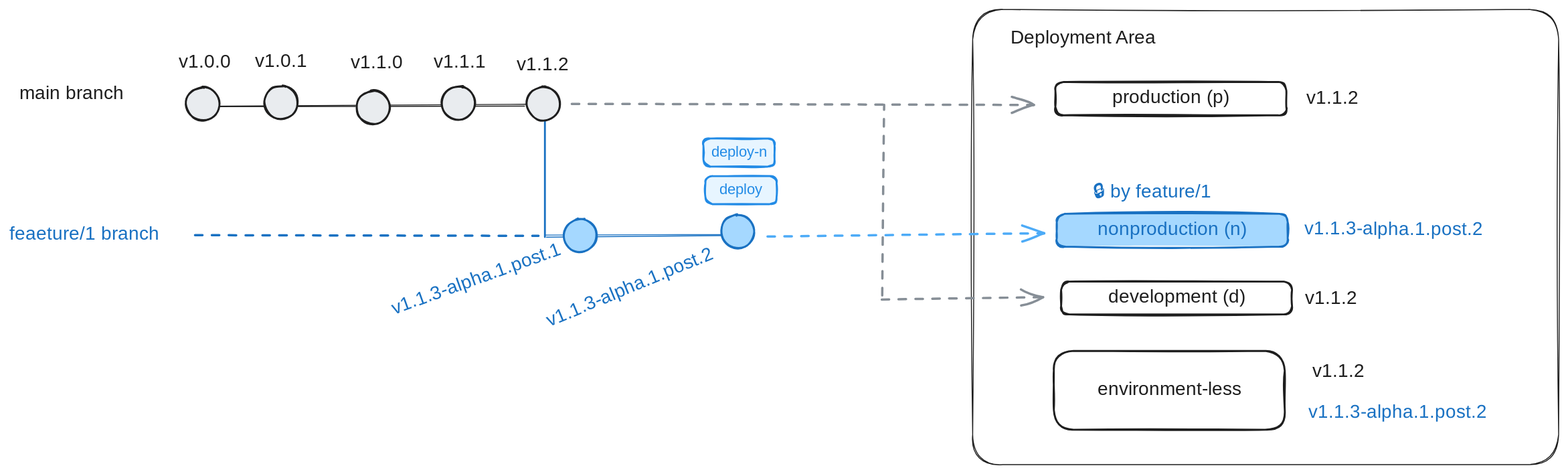
Before: docs/assets/deployment-flow-2.excalidraw.svg, a diagram exported from Excalidraw (wislertt/zerv-flow). Source tidied: one line per element, renumbered; positions are measured from the earlier drawing's top-left corner, leaving out a move shared by most shapes. Its diagram source:
```json
{"id": 0, "type": "line", "strokeColor": "#1e1e1e", "strokeWidth": 1, "roughness": 1, "round": true, "x": 213, "y": 103, "width": 338, "height": 0, "points": [[0, 0], [338, 0]]}
{"id": 1, "type": "rectangle", "strokeColor": "#1e1e1e", "strokeWidth": 1, "roughness": 1, "round": true, "x": 1028, "y": 0, "width": 625, "height": 486}
{"id": 2, "type": "line", "strokeColor": "#1971c2", "strokeWidth": 2, "roughness": 0, "round": true, "x": 572, "y": 243, "width": 0, "height": 141, "points": [[0, 0], [0, -141]]}
{"id": 3, "type": "line", "strokeColor": "#1971c2", "strokeWidth": 1, "roughness": 1, "round": true, "x": 572, "y": 241, "width": 203, "height": 0, "points": [[0, 0], [203, 0]]}
{"id": 4, "type": "rectangle", "strokeColor": "#1e1e1e", "strokeWidth": 2, "roughness": 1, "round": true, "x": 1123, "y": 290, "width": 246, "height": 35}
{"id": 5, "type": "text", "text": "development (d)", "strokeColor": "#1e1e1e", "strokeWidth": 2, "roughness": 1, "fontSize": 20, "fontFamily": 5, "textAlign": "center", "verticalAlign": "middle", "inside": 4, "x": 1169, "y": 295, "width": 154, "height": 25}
{"id": 6, "type": "rectangle", "strokeColor": "#1971c2", "backgroundColor": "#a5d8ff", "fillStyle": "solid", "strokeWidth": 2, "roughness": 1, "round": true, "x": 1118, "y": 218, "width": 246, "height": 35}
{"id": 7, "type": "text", "text": "nonproduction (n)", "strokeColor": "#1971c2", "strokeWidth": 2, "roughness": 1, "fontSize": 20, "fontFamily": 5, "textAlign": "center", "verticalAlign": "middle", "inside": 6, "x": 1169, "y": 223, "width": 145, "height": 25}
{"id": 8, "type": "rectangle", "strokeColor": "#1e1e1e", "strokeWidth": 2, "roughness": 1, "round": true, "x": 1117, "y": 77, "width": 246, "height": 35}
{"id": 9, "type": "text", "text": "production (p)", "strokeColor": "#1e1e1e", "strokeWidth": 2, "roughness": 1, "fontSize": 20, "fontFamily": 5, "textAlign": "center", "verticalAlign": "middle", "inside": 8, "x": 1182, "y": 83, "width": 115, "height": 25}
{"id": 10, "type": "rectangle", "strokeColor": "#1e1e1e", "strokeWidth": 2, "roughness": 1, "round": true, "x": 1115, "y": 364, "width": 246, "height": 84}
{"id": 11, "type": "text", "text": "environment-less", "strokeColor": "#1e1e1e", "strokeWidth": 2, "roughness": 1, "fontSize": 20, "fontFamily": 5, "textAlign": "center", "verticalAlign": "middle", "inside": 10, "x": 1159, "y": 394, "width": 158, "height": 25}
{"id": 12, "type": "ellipse", "strokeColor": "#1e1e1e", "backgroundColor": "#e9ecef", "fillStyle": "solid", "strokeWidth": 2, "roughness": 1, "round": true, "x": 189, "y": 83, "width": 36, "height": 36}
{"id": 13, "type": "text", "text": "main branch", "strokeColor": "#1e1e1e", "strokeWidth": 2, "roughness": 1, "fontSize": 20, "fontFamily": 5, "x": 11, "y": 78, "width": 124, "height": 25}
{"id": 14, "type": "text", "text": "v1.0.0", "strokeColor": "#1e1e1e", "strokeWidth": 2, "roughness": 1, "fontSize": 20, "fontFamily": 5, "x": 181, "y": 44, "width": 74, "height": 25}
{"id": 15, "type": "text", "text": "v1.0.1", "strokeColor": "#1e1e1e", "strokeWidth": 2, "roughness": 1, "fontSize": 20, "fontFamily": 5, "x": 262, "y": 44, "width": 74, "height": 25}
{"id": 16, "type": "text", "text": "v1.1.0", "strokeColor": "#1e1e1e", "strokeWidth": 2, "roughness": 1, "fontSize": 20, "fontFamily": 5, "x": 364, "y": 45, "width": 74, "height": 25}
{"id": 17, "type": "text", "text": "v1.1.1", "strokeColor": "#1e1e1e", "strokeWidth": 2, "roughness": 1, "fontSize": 20, "fontFamily": 5, "x": 453, "y": 45, "width": 74, "height": 25}
{"id": 18, "type": "text", "text": "v1.1.2", "strokeColor": "#1e1e1e", "strokeWidth": 2, "roughness": 1, "fontSize": 20, "fontFamily": 5, "x": 541, "y": 48, "width": 74, "height": 25}
{"id": 19, "type": "ellipse", "strokeColor": "#1971c2", "backgroundColor": "#a5d8ff", "fillStyle": "solid", "strokeWidth": 2, "roughness": 1, "round": true, "x": 591, "y": 223, "width": 36, "height": 36}
{"id": 20, "type": "ellipse", "strokeColor": "#1971c2", "backgroundColor": "#a5d8ff", "fillStyle": "solid", "strokeWidth": 2, "roughness": 1, "round": true, "x": 760, "y": 219, "width": 36, "height": 36}
{"id": 21, "type": "text", "text": "feaeture/1 branch", "strokeColor": "#1971c2", "strokeWidth": 2, "roughness": 1, "fontSize": 20, "fontFamily": 5, "x": 0, "y": 228, "width": 183, "height": 25}
{"id": 22, "type": "text", "text": "v1.1.2", "strokeColor": "#1e1e1e", "strokeWidth": 2, "roughness": 1, "fontSize": 20, "fontFamily": 5, "x": 1384, "y": 83, "width": 74, "height": 25}
{"id": 23, "type": "text", "text": "v1.1.2", "strokeColor": "#1e1e1e", "strokeWidth": 2, "roughness": 1, "fontSize": 20, "fontFamily": 5, "x": 1391, "y": 375, "width": 74, "height": 25}
{"id": 24, "type": "text", "text": "v1.1.3-alpha.1.post.1", "strokeColor": "#1971c2", "angle": 5.94, "strokeWidth": 2, "roughness": 1, "fontSize": 20, "fontFamily": 5, "x": 403, "y": 276, "width": 190, "height": 25}
{"id": 25, "type": "text", "text": "v1.1.3-alpha.1.post.2", "strokeColor": "#1971c2", "angle": 5.89, "strokeWidth": 2, "roughness": 1, "fontSize": 20, "fontFamily": 5, "x": 567, "y": 284, "width": 193, "height": 25}
{"id": 26, "type": "text", "text": "v1.1.3-alpha.1.post.2", "strokeColor": "#1971c2", "angle": 0.0, "strokeWidth": 2, "roughness": 1, "fontSize": 19.76, "fontFamily": 5, "x": 1386, "y": 418, "width": 259, "height": 25}
{"id": 27, "type": "text", "text": "v1.1.3-alpha.1.post.2", "strokeColor": "#1971c2", "angle": 0.0, "strokeWidth": 2, "roughness": 1, "fontSize": 19.76, "fontFamily": 5, "x": 1382, "y": 223, "width": 259, "height": 25}
{"id": 28, "type": "text", "text": "🔒 by feature/1", "strokeColor": "#1971c2", "strokeWidth": 2, "roughness": 1, "fontSize": 20, "fontFamily": 5, "x": 1156, "y": 183, "width": 152, "height": 25}
{"id": 29, "type": "arrow", "strokeColor": "#4dabf7", "strokeWidth": 2, "strokeStyle": "dashed", "roughness": 1, "endArrowhead": "arrow", "round": true, "from": 20, "to": 6, "x": 809, "y": 241, "width": 296, "height": 2, "points": [[0, 0], [296, -2]]}
{"id": 30, "type": "arrow", "strokeColor": "#868e96", "strokeWidth": 2, "strokeStyle": "dashed", "roughness": 1, "endArrowhead": "arrow", "round": true, "from": 34, "to": 8, "x": 600, "y": 101, "width": 494, "height": 0, "points": [[0, 0], [494, 0]]}
{"id": 31, "type": "ellipse", "strokeColor": "#1e1e1e", "backgroundColor": "#e9ecef", "fillStyle": "solid", "strokeWidth": 2, "roughness": 1, "round": true, "x": 461, "y": 82, "width": 36, "height": 36}
{"id": 32, "type": "ellipse", "strokeColor": "#1e1e1e", "backgroundColor": "#e9ecef", "fillStyle": "solid", "strokeWidth": 2, "roughness": 1, "round": true, "x": 272, "y": 81, "width": 36, "height": 36}
{"id": 33, "type": "ellipse", "strokeColor": "#1e1e1e", "backgroundColor": "#e9ecef", "fillStyle": "solid", "strokeWidth": 2, "roughness": 1, "round": true, "x": 371, "y": 87, "width": 36, "height": 36}
{"id": 34, "type": "ellipse", "strokeColor": "#1e1e1e", "backgroundColor": "#e9ecef", "fillStyle": "solid", "strokeWidth": 2, "roughness": 1, "round": true, "x": 552, "y": 82, "width": 36, "height": 36}
{"id": 35, "type": "text", "text": "Deployment Area", "strokeColor": "#1e1e1e", "strokeWidth": 1, "roughness": 1, "fontSize": 20, "fontFamily": 5, "x": 1069, "y": 19, "width": 165, "height": 25}
{"id": 36, "type": "rectangle", "strokeColor": "#228be6", "backgroundColor": "#e7f5ff", "fillStyle": "solid", "strokeWidth": 2, "roughness": 1, "round": true, "x": 741, "y": 138, "width": 76, "height": 30}
{"id": 37, "type": "text", "text": "deploy-n", "strokeColor": "#228be6", "strokeWidth": 2, "roughness": 1, "fontSize": 16, "fontFamily": 5, "textAlign": "center", "verticalAlign": "middle", "inside": 36, "x": 750, "y": 143, "width": 57, "height": 20}
{"id": 38, "type": "rectangle", "strokeColor": "#228be6", "backgroundColor": "#e7f5ff", "fillStyle": "solid", "strokeWidth": 2, "roughness": 1, "round": true, "x": 743, "y": 178, "width": 76, "height": 30}
{"id": 39, "type": "text", "text": "deploy", "strokeColor": "#228be6", "strokeWidth": 2, "roughness": 1, "fontSize": 16, "fontFamily": 5, "textAlign": "center", "verticalAlign": "middle", "inside": 38, "x": 759, "y": 183, "width": 44, "height": 20}
{"id": 40, "type": "arrow", "strokeColor": "#868e96", "strokeWidth": 2, "strokeStyle": "dashed", "roughness": 1, "endArrowhead": "arrow", "round": true, "to": 4, "x": 931, "y": 310, "width": 171, "height": 3, "points": [[0, 0], [171, -3]]}
{"id": 41, "type": "text", "text": "v1.1.2", "strokeColor": "#1e1e1e", "strokeWidth": 2, "roughness": 1, "fontSize": 20, "fontFamily": 5, "x": 1383, "y": 296, "width": 74, "height": 25}
{"id": 42, "type": "arrow", "strokeColor": "#868e96", "strokeWidth": 2, "strokeStyle": "dashed", "roughness": 1, "round": true, "x": 931, "y": 304, "width": 3, "height": 202, "points": [[0, 0], [3, -202]]}
{"id": 43, "type": "arrow", "strokeColor": "#1971c2", "strokeWidth": 2, "strokeStyle": "dashed", "roughness": 1, "round": true, "x": 199, "y": 241, "width": 366, "height": 0, "points": [[0, 0], [366, 0]]}
```
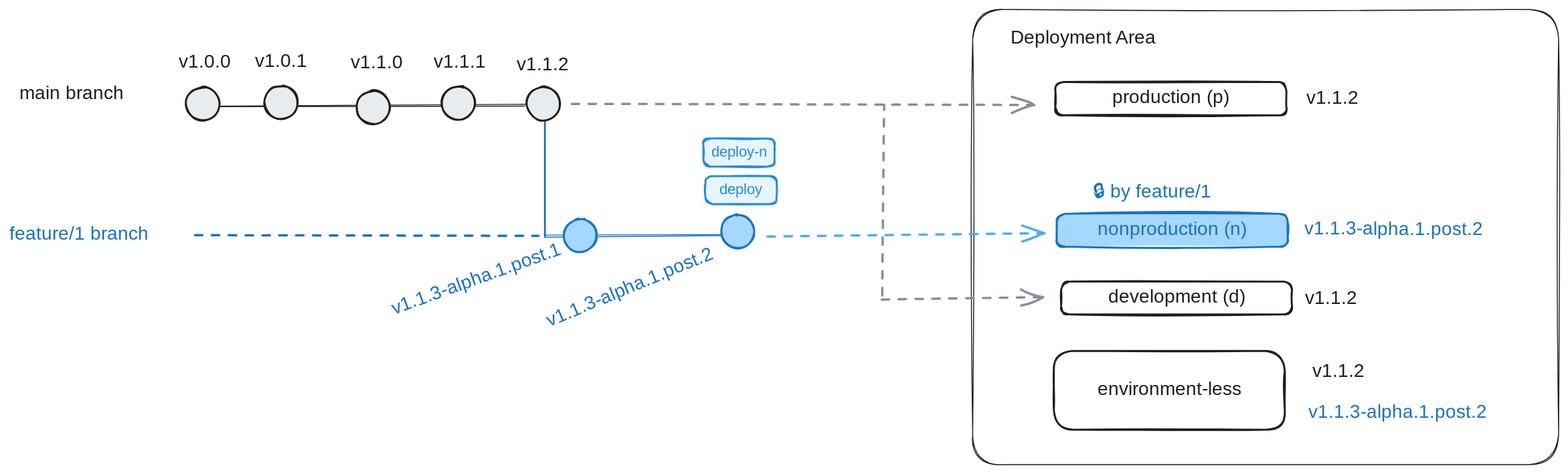
Above is the later version.

What changed in the source:
```diff
@@ -19,7 +19,7 @@
 {"id": 18, "type": "text", "text": "v1.1.2", "strokeColor": "#1e1e1e", "strokeWidth": 2, "roughness": 1, "fontSize": 20, "fontFamily": 5, "x": 541, "y": 48, "width": 74, "height": 25}
 {"id": 19, "type": "ellipse", "strokeColor": "#1971c2", "backgroundColor": "#a5d8ff", "fillStyle": "solid", "strokeWidth": 2, "roughness": 1, "round": true, "x": 591, "y": 223, "width": 36, "height": 36}
 {"id": 20, "type": "ellipse", "strokeColor": "#1971c2", "backgroundColor": "#a5d8ff", "fillStyle": "solid", "strokeWidth": 2, "roughness": 1, "round": true, "x": 760, "y": 219, "width": 36, "height": 36}
-{"id": 21, "type": "text", "text": "feaeture/1 branch", "strokeColor": "#1971c2", "strokeWidth": 2, "roughness": 1, "fontSize": 20, "fontFamily": 5, "x": 0, "y": 228, "width": 183, "height": 25}
+{"id": 21, "type": "text", "text": "feature/1 branch", "strokeColor": "#1971c2", "strokeWidth": 2, "roughness": 1, "fontSize": 20, "fontFamily": 5, "x": 0, "y": 228, "width": 183, "height": 25}
 {"id": 22, "type": "text", "text": "v1.1.2", "strokeColor": "#1e1e1e", "strokeWidth": 2, "roughness": 1, "fontSize": 20, "fontFamily": 5, "x": 1384, "y": 83, "width": 74, "height": 25}
 {"id": 23, "type": "text", "text": "v1.1.2", "strokeColor": "#1e1e1e", "strokeWidth": 2, "roughness": 1, "fontSize": 20, "fontFamily": 5, "x": 1391, "y": 375, "width": 74, "height": 25}
 {"id": 24, "type": "text", "text": "v1.1.3-alpha.1.post.1", "strokeColor": "#1971c2", "angle": 5.94, "strokeWidth": 2, "roughness": 1, "fontSize": 20, "fontFamily": 5, "x": 403, "y": 276, "width": 190, "height": 25}
```
